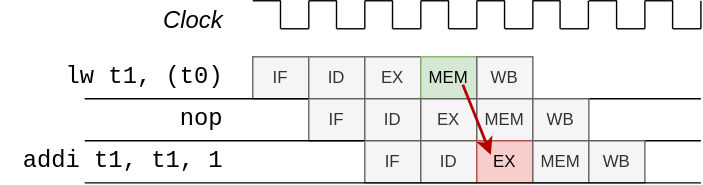
Before: _exercises/8-microarchitecture/forwarding-stall.drawio.svg, a diagram exported from draw.io (cass-kul/cass-kul.github.io). Source tidied: cells renumbered, new cells last; positions are measured from the earlier drawing's top-left corner, leaving out a move shared by most shapes. The source it was exported from:
```xml
<mxGraphModel>
  <root>
    <mxCell id="0" />
    <mxCell id="1" parent="0" />
    <mxCell id="2" style="endArrow=none;html=1;" parent="1" edge="1">
      <mxGeometry relative="1" as="geometry">
        <mxPoint x="180" as="sourcePoint" />
        <mxPoint x="200" as="targetPoint" />
      </mxGeometry>
    </mxCell>
    <mxCell id="3" value="Clock" style="text;html=1;align=right;verticalAlign=middle;strokeColor=none;fillColor=none;fontStyle=2;fontSize=17;" parent="1" vertex="1">
      <mxGeometry x="100" width="60" height="30" as="geometry" />
    </mxCell>
    <mxCell id="4" style="endArrow=none;html=1;" parent="1" edge="1">
      <mxGeometry relative="1" as="geometry">
        <mxPoint x="199.8" y="20" as="sourcePoint" />
        <mxPoint x="199.8" as="targetPoint" />
      </mxGeometry>
    </mxCell>
    <mxCell id="5" style="endArrow=none;html=1;" parent="1" edge="1">
      <mxGeometry relative="1" as="geometry">
        <mxPoint x="220" y="20" as="sourcePoint" />
        <mxPoint x="220" as="targetPoint" />
      </mxGeometry>
    </mxCell>
    <mxCell id="6" value="lw t1, (t0)" style="text;html=1;align=right;verticalAlign=middle;strokeColor=none;fillColor=none;fontSize=17;fontFamily=Courier New;" parent="1" vertex="1">
      <mxGeometry x="30" y="40" width="130" height="30" as="geometry" />
    </mxCell>
    <mxCell id="7" value="IF" style="whiteSpace=wrap;html=1;fillColor=#f5f5f5;fontColor=#333333;strokeColor=#666666;" parent="1" vertex="1">
      <mxGeometry x="180" y="40" width="40" height="30" as="geometry" />
    </mxCell>
    <mxCell id="8" value="ID" style="whiteSpace=wrap;html=1;fillColor=#f5f5f5;fontColor=#333333;strokeColor=#666666;" parent="1" vertex="1">
      <mxGeometry x="220" y="40" width="40" height="30" as="geometry" />
    </mxCell>
    <mxCell id="9" value="EX" style="whiteSpace=wrap;html=1;fillColor=#f5f5f5;fontColor=#333333;strokeColor=#666666;" parent="1" vertex="1">
      <mxGeometry x="260" y="40" width="40" height="30" as="geometry" />
    </mxCell>
    <mxCell id="10" value="MEM" style="whiteSpace=wrap;html=1;fillColor=#d5e8d4;strokeColor=#82b366;" parent="1" vertex="1">
      <mxGeometry x="300" y="40" width="40" height="30" as="geometry" />
    </mxCell>
    <mxCell id="11" value="WB" style="whiteSpace=wrap;html=1;fillColor=#f5f5f5;fontColor=#333333;strokeColor=#666666;" parent="1" vertex="1">
      <mxGeometry x="340" y="40" width="40" height="30" as="geometry" />
    </mxCell>
    <mxCell id="12" style="endArrow=none;html=1;" parent="1" edge="1">
      <mxGeometry relative="1" as="geometry">
        <mxPoint x="200" y="20" as="sourcePoint" />
        <mxPoint x="220" y="20" as="targetPoint" />
      </mxGeometry>
    </mxCell>
    <mxCell id="13" style="endArrow=none;html=1;" parent="1" edge="1">
      <mxGeometry relative="1" as="geometry">
        <mxPoint x="60" y="70" as="sourcePoint" />
        <mxPoint x="500" y="70" as="targetPoint" />
      </mxGeometry>
    </mxCell>
    <mxCell id="14" value="nop" style="text;html=1;align=right;verticalAlign=middle;strokeColor=none;fillColor=none;fontSize=17;fontFamily=Courier New;" parent="1" vertex="1">
      <mxGeometry x="110" y="70" width="50" height="30" as="geometry" />
    </mxCell>
    <mxCell id="15" value="IF" style="whiteSpace=wrap;html=1;fillColor=#f5f5f5;fontColor=#333333;strokeColor=#666666;" parent="1" vertex="1">
      <mxGeometry x="220" y="70" width="40" height="30" as="geometry" />
    </mxCell>
    <mxCell id="16" value="ID" style="whiteSpace=wrap;html=1;fillColor=#f5f5f5;fontColor=#333333;strokeColor=#666666;" parent="1" vertex="1">
      <mxGeometry x="260" y="70" width="40" height="30" as="geometry" />
    </mxCell>
    <mxCell id="17" value="EX" style="whiteSpace=wrap;html=1;fillColor=#f5f5f5;fontColor=#333333;strokeColor=#666666;" parent="1" vertex="1">
      <mxGeometry x="300" y="70" width="40" height="30" as="geometry" />
    </mxCell>
    <mxCell id="18" value="MEM" style="whiteSpace=wrap;html=1;fillColor=#f5f5f5;fontColor=#333333;strokeColor=#666666;" parent="1" vertex="1">
      <mxGeometry x="340" y="70" width="40" height="30" as="geometry" />
    </mxCell>
    <mxCell id="19" value="WB" style="whiteSpace=wrap;html=1;fillColor=#f5f5f5;fontColor=#333333;strokeColor=#666666;" parent="1" vertex="1">
      <mxGeometry x="380" y="70" width="40" height="30" as="geometry" />
    </mxCell>
    <mxCell id="20" style="endArrow=none;html=1;" parent="1" edge="1">
      <mxGeometry relative="1" as="geometry">
        <mxPoint x="60" y="100" as="sourcePoint" />
        <mxPoint x="500" y="100" as="targetPoint" />
      </mxGeometry>
    </mxCell>
    <mxCell id="21" style="endArrow=none;html=1;" parent="1" edge="1">
      <mxGeometry relative="1" as="geometry">
        <mxPoint x="220" as="sourcePoint" />
        <mxPoint x="240" as="targetPoint" />
      </mxGeometry>
    </mxCell>
    <mxCell id="22" style="endArrow=none;html=1;" parent="1" edge="1">
      <mxGeometry relative="1" as="geometry">
        <mxPoint x="239.8" y="20" as="sourcePoint" />
        <mxPoint x="239.8" as="targetPoint" />
      </mxGeometry>
    </mxCell>
    <mxCell id="23" style="endArrow=none;html=1;" parent="1" edge="1">
      <mxGeometry relative="1" as="geometry">
        <mxPoint x="260" y="20" as="sourcePoint" />
        <mxPoint x="260" as="targetPoint" />
      </mxGeometry>
    </mxCell>
    <mxCell id="24" style="endArrow=none;html=1;" parent="1" edge="1">
      <mxGeometry relative="1" as="geometry">
        <mxPoint x="240" y="20" as="sourcePoint" />
        <mxPoint x="260" y="20" as="targetPoint" />
      </mxGeometry>
    </mxCell>
    <mxCell id="25" style="endArrow=none;html=1;" parent="1" edge="1">
      <mxGeometry relative="1" as="geometry">
        <mxPoint x="260" as="sourcePoint" />
        <mxPoint x="280" as="targetPoint" />
      </mxGeometry>
    </mxCell>
    <mxCell id="26" style="endArrow=none;html=1;" parent="1" edge="1">
      <mxGeometry relative="1" as="geometry">
        <mxPoint x="279.8" y="20" as="sourcePoint" />
        <mxPoint x="279.8" as="targetPoint" />
      </mxGeometry>
    </mxCell>
    <mxCell id="27" style="endArrow=none;html=1;" parent="1" edge="1">
      <mxGeometry relative="1" as="geometry">
        <mxPoint x="300" y="20" as="sourcePoint" />
        <mxPoint x="300" as="targetPoint" />
      </mxGeometry>
    </mxCell>
    <mxCell id="28" style="endArrow=none;html=1;" parent="1" edge="1">
      <mxGeometry relative="1" as="geometry">
        <mxPoint x="280" y="20" as="sourcePoint" />
        <mxPoint x="300" y="20" as="targetPoint" />
      </mxGeometry>
    </mxCell>
    <mxCell id="29" style="endArrow=none;html=1;" parent="1" edge="1">
      <mxGeometry relative="1" as="geometry">
        <mxPoint x="300" as="sourcePoint" />
        <mxPoint x="320" as="targetPoint" />
      </mxGeometry>
    </mxCell>
    <mxCell id="30" style="endArrow=none;html=1;" parent="1" edge="1">
      <mxGeometry relative="1" as="geometry">
        <mxPoint x="319.8" y="20" as="sourcePoint" />
        <mxPoint x="319.8" as="targetPoint" />
      </mxGeometry>
    </mxCell>
    <mxCell id="31" style="endArrow=none;html=1;" parent="1" edge="1">
      <mxGeometry relative="1" as="geometry">
        <mxPoint x="340" y="20" as="sourcePoint" />
        <mxPoint x="340" as="targetPoint" />
      </mxGeometry>
    </mxCell>
    <mxCell id="32" style="endArrow=none;html=1;" parent="1" edge="1">
      <mxGeometry relative="1" as="geometry">
        <mxPoint x="320" y="20" as="sourcePoint" />
        <mxPoint x="340" y="20" as="targetPoint" />
      </mxGeometry>
    </mxCell>
    <mxCell id="33" style="endArrow=none;html=1;" parent="1" edge="1">
      <mxGeometry relative="1" as="geometry">
        <mxPoint x="340" as="sourcePoint" />
        <mxPoint x="360" as="targetPoint" />
      </mxGeometry>
    </mxCell>
    <mxCell id="34" style="endArrow=none;html=1;" parent="1" edge="1">
      <mxGeometry relative="1" as="geometry">
        <mxPoint x="359.8" y="20" as="sourcePoint" />
        <mxPoint x="359.8" as="targetPoint" />
      </mxGeometry>
    </mxCell>
    <mxCell id="35" style="endArrow=none;html=1;" parent="1" edge="1">
      <mxGeometry relative="1" as="geometry">
        <mxPoint x="380" y="20" as="sourcePoint" />
        <mxPoint x="380" as="targetPoint" />
      </mxGeometry>
    </mxCell>
    <mxCell id="36" style="endArrow=none;html=1;" parent="1" edge="1">
      <mxGeometry relative="1" as="geometry">
        <mxPoint x="360" y="20" as="sourcePoint" />
        <mxPoint x="380" y="20" as="targetPoint" />
      </mxGeometry>
    </mxCell>
    <mxCell id="37" style="endArrow=none;html=1;" parent="1" edge="1">
      <mxGeometry relative="1" as="geometry">
        <mxPoint x="379.7" as="sourcePoint" />
        <mxPoint x="399.7" as="targetPoint" />
      </mxGeometry>
    </mxCell>
    <mxCell id="38" style="endArrow=none;html=1;" parent="1" edge="1">
      <mxGeometry relative="1" as="geometry">
        <mxPoint x="399.4" y="20" as="sourcePoint" />
        <mxPoint x="399.4" as="targetPoint" />
      </mxGeometry>
    </mxCell>
    <mxCell id="39" style="endArrow=none;html=1;" parent="1" edge="1">
      <mxGeometry relative="1" as="geometry">
        <mxPoint x="419.7" y="20" as="sourcePoint" />
        <mxPoint x="419.7" as="targetPoint" />
      </mxGeometry>
    </mxCell>
    <mxCell id="40" style="endArrow=none;html=1;" parent="1" edge="1">
      <mxGeometry relative="1" as="geometry">
        <mxPoint x="399.7" y="20" as="sourcePoint" />
        <mxPoint x="419.7" y="20" as="targetPoint" />
      </mxGeometry>
    </mxCell>
    <mxCell id="41" style="endArrow=none;html=1;" parent="1" edge="1">
      <mxGeometry relative="1" as="geometry">
        <mxPoint x="420" as="sourcePoint" />
        <mxPoint x="440" as="targetPoint" />
      </mxGeometry>
    </mxCell>
    <mxCell id="42" style="endArrow=none;html=1;" parent="1" edge="1">
      <mxGeometry relative="1" as="geometry">
        <mxPoint x="439.8" y="20" as="sourcePoint" />
        <mxPoint x="439.8" as="targetPoint" />
      </mxGeometry>
    </mxCell>
    <mxCell id="43" style="endArrow=none;html=1;" parent="1" edge="1">
      <mxGeometry relative="1" as="geometry">
        <mxPoint x="460" y="20" as="sourcePoint" />
        <mxPoint x="460" as="targetPoint" />
      </mxGeometry>
    </mxCell>
    <mxCell id="44" style="endArrow=none;html=1;" parent="1" edge="1">
      <mxGeometry relative="1" as="geometry">
        <mxPoint x="440" y="20" as="sourcePoint" />
        <mxPoint x="460" y="20" as="targetPoint" />
      </mxGeometry>
    </mxCell>
    <mxCell id="45" style="endArrow=none;html=1;" parent="1" edge="1">
      <mxGeometry relative="1" as="geometry">
        <mxPoint x="460" as="sourcePoint" />
        <mxPoint x="480" as="targetPoint" />
      </mxGeometry>
    </mxCell>
    <mxCell id="46" style="endArrow=none;html=1;" parent="1" edge="1">
      <mxGeometry relative="1" as="geometry">
        <mxPoint x="479.8" y="20" as="sourcePoint" />
        <mxPoint x="479.8" as="targetPoint" />
      </mxGeometry>
    </mxCell>
    <mxCell id="47" style="endArrow=none;html=1;" parent="1" edge="1">
      <mxGeometry relative="1" as="geometry">
        <mxPoint x="500" y="20" as="sourcePoint" />
        <mxPoint x="500" as="targetPoint" />
      </mxGeometry>
    </mxCell>
    <mxCell id="48" style="endArrow=none;html=1;" parent="1" edge="1">
      <mxGeometry relative="1" as="geometry">
        <mxPoint x="480" y="20" as="sourcePoint" />
        <mxPoint x="500" y="20" as="targetPoint" />
      </mxGeometry>
    </mxCell>
    <mxCell id="49" value="addi t1, t1, 1" style="text;html=1;align=right;verticalAlign=middle;strokeColor=none;fillColor=none;fontSize=17;fontFamily=Courier New;" parent="1" vertex="1">
      <mxGeometry y="100" width="160" height="30" as="geometry" />
    </mxCell>
    <mxCell id="50" value="IF" style="whiteSpace=wrap;html=1;fillColor=#f5f5f5;fontColor=#333333;strokeColor=#666666;" parent="1" vertex="1">
      <mxGeometry x="260" y="100" width="40" height="30" as="geometry" />
    </mxCell>
    <mxCell id="51" value="ID" style="whiteSpace=wrap;html=1;fillColor=#f5f5f5;fontColor=#333333;strokeColor=#666666;" parent="1" vertex="1">
      <mxGeometry x="300" y="100" width="40" height="30" as="geometry" />
    </mxCell>
    <mxCell id="52" value="EX" style="whiteSpace=wrap;html=1;fillColor=#f8cecc;strokeColor=#b85450;" parent="1" vertex="1">
      <mxGeometry x="340" y="100" width="40" height="30" as="geometry" />
    </mxCell>
    <mxCell id="53" value="MEM" style="whiteSpace=wrap;html=1;fillColor=#f5f5f5;fontColor=#333333;strokeColor=#666666;" parent="1" vertex="1">
      <mxGeometry x="380" y="100" width="40" height="30" as="geometry" />
    </mxCell>
    <mxCell id="54" value="WB" style="whiteSpace=wrap;html=1;fillColor=#f5f5f5;fontColor=#333333;strokeColor=#666666;" parent="1" vertex="1">
      <mxGeometry x="420" y="100" width="40" height="30" as="geometry" />
    </mxCell>
    <mxCell id="55" style="endArrow=none;html=1;" parent="1" edge="1">
      <mxGeometry relative="1" as="geometry">
        <mxPoint x="60" y="130" as="sourcePoint" />
        <mxPoint x="500" y="130" as="targetPoint" />
      </mxGeometry>
    </mxCell>
    <mxCell id="56" style="endArrow=classic;html=1;fillColor=#e51400;strokeColor=#B20000;strokeWidth=2;entryX=0.25;entryY=0.333;entryDx=0;entryDy=0;entryPerimeter=0;" parent="1" edge="1" target="52">
      <mxGeometry relative="1" as="geometry">
        <mxPoint x="330" y="60" as="sourcePoint" />
      </mxGeometry>
    </mxCell>
  </root>
</mxGraphModel>
```
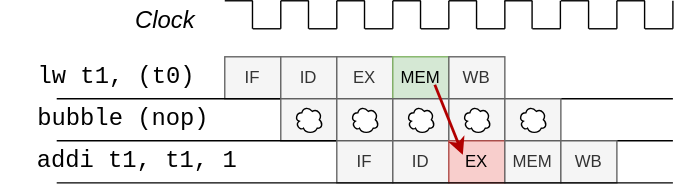
Above is the later version.

Commit message:
Minor modification to pipeline stall explanations

Diff of the diagram source:
```diff
@@ -53,22 +53,22 @@
         <mxPoint x="500" y="70" as="targetPoint" />
       </mxGeometry>
     </mxCell>
-    <mxCell id="14" value="nop" style="text;html=1;align=right;verticalAlign=middle;strokeColor=none;fillColor=none;fontSize=17;fontFamily=Courier New;" parent="1" vertex="1">
-      <mxGeometry x="110" y="70" width="50" height="30" as="geometry" />
+    <mxCell id="14" value="bubble (nop)" style="text;html=1;align=right;verticalAlign=middle;strokeColor=none;fillColor=none;fontSize=17;fontFamily=Courier New;" parent="1" vertex="1">
+      <mxGeometry x="20" y="70" width="150" height="30" as="geometry" />
     </mxCell>
-    <mxCell id="15" value="IF" style="whiteSpace=wrap;html=1;fillColor=#f5f5f5;fontColor=#333333;strokeColor=#666666;" parent="1" vertex="1">
+    <mxCell id="15" style="whiteSpace=wrap;html=1;fillColor=#f5f5f5;fontColor=#333333;strokeColor=#666666;" parent="1" vertex="1">
       <mxGeometry x="220" y="70" width="40" height="30" as="geometry" />
     </mxCell>
-    <mxCell id="16" value="ID" style="whiteSpace=wrap;html=1;fillColor=#f5f5f5;fontColor=#333333;strokeColor=#666666;" parent="1" vertex="1">
+    <mxCell id="16" style="whiteSpace=wrap;html=1;fillColor=#f5f5f5;fontColor=#333333;strokeColor=#666666;" parent="1" vertex="1">
       <mxGeometry x="260" y="70" width="40" height="30" as="geometry" />
     </mxCell>
-    <mxCell id="17" value="EX" style="whiteSpace=wrap;html=1;fillColor=#f5f5f5;fontColor=#333333;strokeColor=#666666;" parent="1" vertex="1">
+    <mxCell id="17" style="whiteSpace=wrap;html=1;fillColor=#f5f5f5;fontColor=#333333;strokeColor=#666666;" parent="1" vertex="1">
       <mxGeometry x="300" y="70" width="40" height="30" as="geometry" />
     </mxCell>
-    <mxCell id="18" value="MEM" style="whiteSpace=wrap;html=1;fillColor=#f5f5f5;fontColor=#333333;strokeColor=#666666;" parent="1" vertex="1">
+    <mxCell id="18" style="whiteSpace=wrap;html=1;fillColor=#f5f5f5;fontColor=#333333;strokeColor=#666666;" parent="1" vertex="1">
       <mxGeometry x="340" y="70" width="40" height="30" as="geometry" />
     </mxCell>
-    <mxCell id="19" value="WB" style="whiteSpace=wrap;html=1;fillColor=#f5f5f5;fontColor=#333333;strokeColor=#666666;" parent="1" vertex="1">
+    <mxCell id="19" style="whiteSpace=wrap;html=1;fillColor=#f5f5f5;fontColor=#333333;strokeColor=#666666;" parent="1" vertex="1">
       <mxGeometry x="380" y="70" width="40" height="30" as="geometry" />
     </mxCell>
     <mxCell id="20" style="endArrow=none;html=1;" parent="1" edge="1">
@@ -246,7 +246,7 @@
       </mxGeometry>
     </mxCell>
     <mxCell id="49" value="addi t1, t1, 1" style="text;html=1;align=right;verticalAlign=middle;strokeColor=none;fillColor=none;fontSize=17;fontFamily=Courier New;" parent="1" vertex="1">
-      <mxGeometry y="100" width="160" height="30" as="geometry" />
+      <mxGeometry x="30" y="100" width="160" height="30" as="geometry" />
     </mxCell>
     <mxCell id="50" value="IF" style="whiteSpace=wrap;html=1;fillColor=#f5f5f5;fontColor=#333333;strokeColor=#666666;" parent="1" vertex="1">
       <mxGeometry x="260" y="100" width="40" height="30" as="geometry" />
@@ -274,5 +274,20 @@
         <mxPoint x="330" y="60" as="sourcePoint" />
       </mxGeometry>
     </mxCell>
+    <mxCell id="57" style="ellipse;shape=cloud;whiteSpace=wrap;html=1;" parent="1" vertex="1">
+      <mxGeometry x="230" y="75" width="20" height="20" as="geometry" />
+    </mxCell>
+    <mxCell id="58" style="ellipse;shape=cloud;whiteSpace=wrap;html=1;" parent="1" vertex="1">
+      <mxGeometry x="270" y="75" width="20" height="20" as="geometry" />
+    </mxCell>
+    <mxCell id="59" style="ellipse;shape=cloud;whiteSpace=wrap;html=1;" parent="1" vertex="1">
+      <mxGeometry x="310" y="75" width="20" height="20" as="geometry" />
+    </mxCell>
+    <mxCell id="60" style="ellipse;shape=cloud;whiteSpace=wrap;html=1;" parent="1" vertex="1">
+      <mxGeometry x="350" y="75" width="20" height="20" as="geometry" />
+    </mxCell>
+    <mxCell id="61" style="ellipse;shape=cloud;whiteSpace=wrap;html=1;" parent="1" vertex="1">
+      <mxGeometry x="390" y="75" width="20" height="20" as="geometry" />
+    </mxCell>
   </root>
 </mxGraphModel>
```
